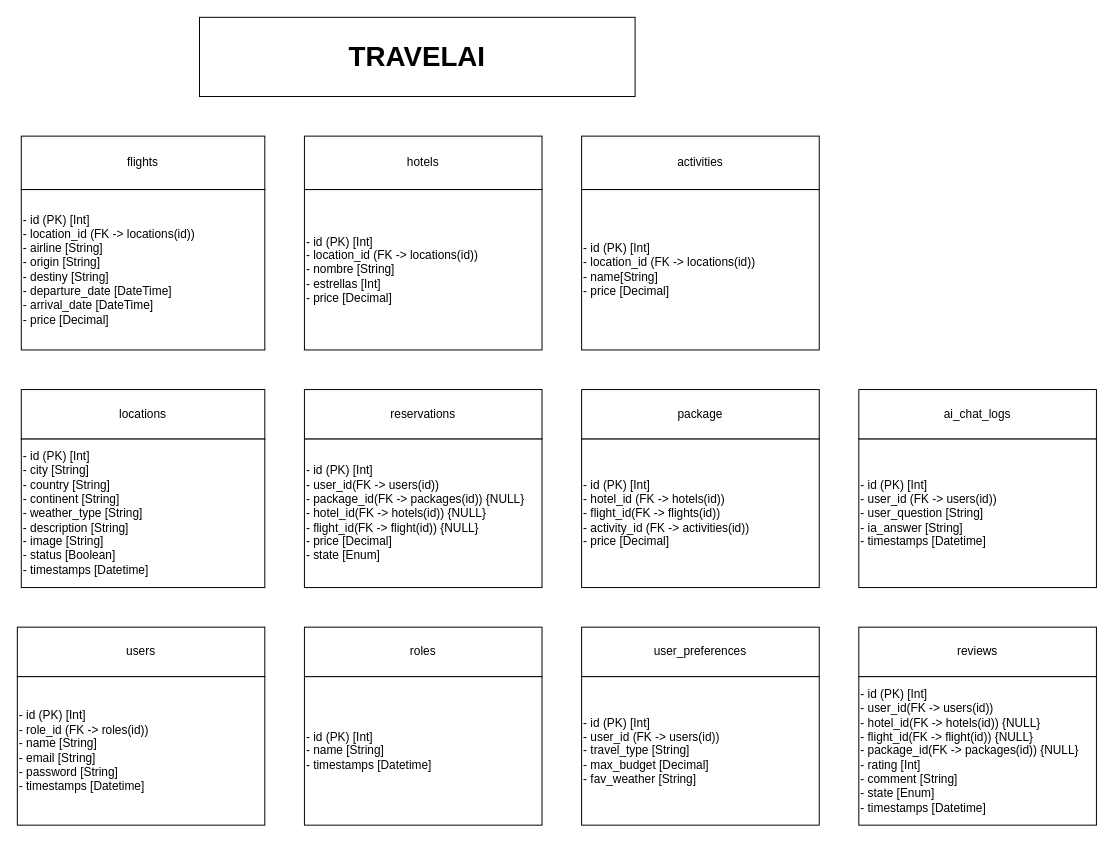
Above: page "Atributos" (1 of 2) of DocumentosExtra/EntidadRelacion/TravelAI.drawio in druiman1608/TravelAI (draw.io), before the change. Source tidied: cells renumbered, new cells numbered last; positions are measured from the earlier drawing's top-left corner, leaving out a move shared by most shapes. Both pictures are drawn from the tidied source at 99%, with x=0, y=0 at pixel (17, 17).
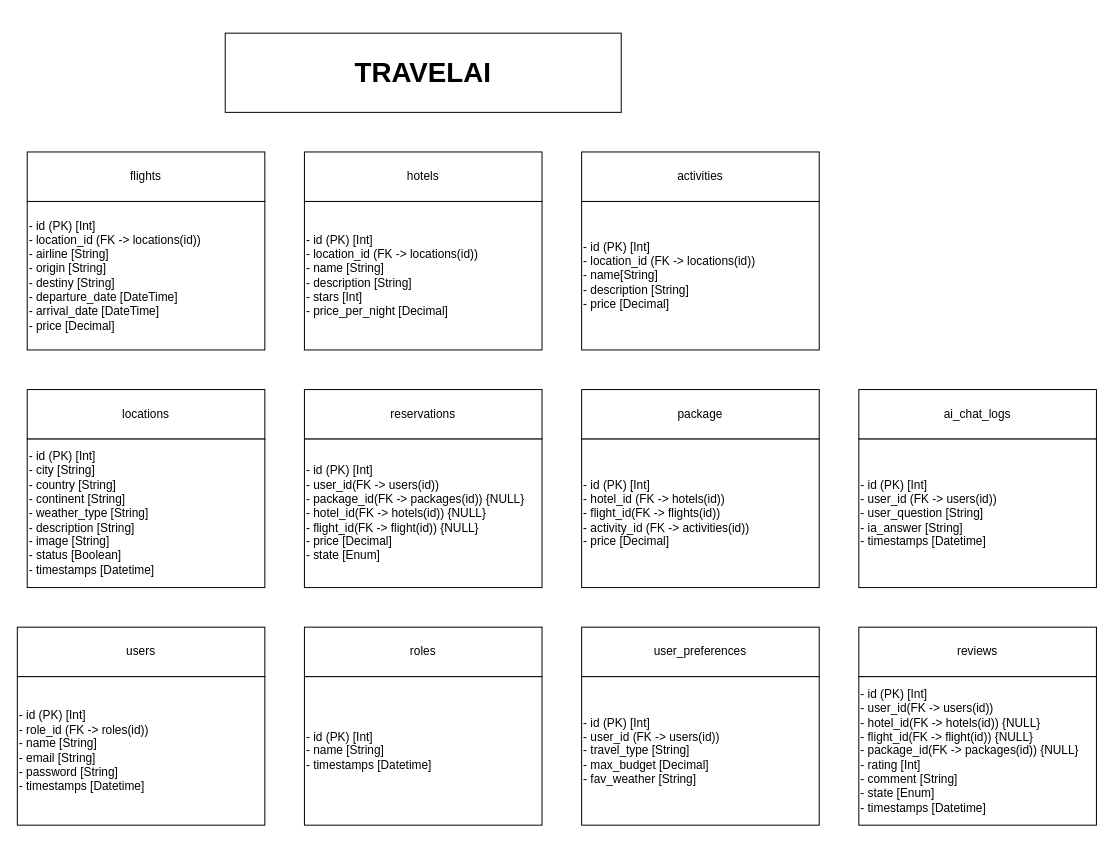
The same page after the edit.

What changed in the source:
```diff
@@
     <mxCell id="2" value="&lt;b&gt;&lt;font style=&quot;font-size: 28px;&quot;&gt;TRAVELAI&lt;/font&gt;&lt;/b&gt;" style="rounded=0;whiteSpace=wrap;html=1;" parent="1" vertex="1">
-      <mxGeometry x="184" width="440" height="80" as="geometry" />
+      <mxGeometry x="210" y="16" width="400" height="80" as="geometry" />
     </mxCell>
@@
     <mxCell id="15" style="group;" parent="1" vertex="1">
-      <mxGeometry x="4" y="376" width="246" height="200" as="geometry" />
+      <mxGeometry x="10" y="376" width="240" height="200" as="geometry" />
     </mxCell>
     <mxCell id="16" value="locations" style="rounded=0;whiteSpace=wrap;html=1;" parent="15" vertex="1">
-      <mxGeometry width="246" height="50" as="geometry" />
+      <mxGeometry width="240" height="50" as="geometry" />
     </mxCell>
     <mxCell id="17" value="- id (PK) [Int]&lt;div&gt;&lt;div&gt;- city [String]&lt;/div&gt;&lt;div&gt;- country&amp;nbsp;&lt;span style=&quot;background-color: transparent; color: light-dark(rgb(0, 0, 0), rgb(255, 255, 255));&quot;&gt;[String]&lt;/span&gt;&lt;/div&gt;&lt;div&gt;&lt;span style=&quot;background-color: transparent; color: light-dark(rgb(0, 0, 0), rgb(255, 255, 255));&quot;&gt;- continent [String]&lt;/span&gt;&lt;/div&gt;&lt;div&gt;- weather_type&amp;nbsp;&lt;span style=&quot;color: light-dark(rgb(0, 0, 0), rgb(255, 255, 255)); background-color: transparent;&quot;&gt;[String]&lt;/span&gt;&lt;/div&gt;&lt;div&gt;- description&amp;nbsp;&lt;span style=&quot;background-color: transparent; color: light-dark(rgb(0, 0, 0), rgb(255, 255, 255));&quot;&gt;[String]&lt;/span&gt;&lt;/div&gt;&lt;/div&gt;&lt;div&gt;&lt;span style=&quot;background-color: transparent; color: light-dark(rgb(0, 0, 0), rgb(255, 255, 255));&quot;&gt;- image [String]&lt;/span&gt;&lt;/div&gt;&lt;div&gt;&lt;span style=&quot;background-color: transparent; color: light-dark(rgb(0, 0, 0), rgb(255, 255, 255));&quot;&gt;- status [Boolean]&lt;/span&gt;&lt;/div&gt;&lt;div&gt;&lt;span style=&quot;background-color: transparent; color: light-dark(rgb(0, 0, 0), rgb(255, 255, 255));&quot;&gt;- timestamps [Datetime]&lt;/span&gt;&lt;/div&gt;" style="rounded=0;whiteSpace=wrap;html=1;align=left;" parent="15" vertex="1">
-      <mxGeometry y="50" width="246" height="150" as="geometry" />
+      <mxGeometry y="50" width="240" height="150" as="geometry" />
     </mxCell>
     <mxCell id="18" style="group;" parent="1" vertex="1">
-      <mxGeometry x="290" y="120" width="240" height="216" as="geometry" />
+      <mxGeometry x="290" y="136" width="240" height="200" as="geometry" />
     </mxCell>
     <mxCell id="19" value="hotels" style="rounded=0;whiteSpace=wrap;html=1;" parent="18" vertex="1">
-      <mxGeometry width="240" height="54" as="geometry" />
+      <mxGeometry width="240" height="50" as="geometry" />
     </mxCell>
-    <mxCell id="20" value="- id (PK) [Int]&lt;div&gt;&lt;div&gt;- location_id&amp;nbsp;&lt;span style=&quot;background-color: transparent; color: light-dark(rgb(0, 0, 0), rgb(255, 255, 255));&quot;&gt;(FK -&amp;gt; locations(id))&lt;/span&gt;&lt;/div&gt;&lt;div&gt;- nombre&amp;nbsp;&lt;span style=&quot;background-color: transparent; color: light-dark(rgb(0, 0, 0), rgb(255, 255, 255));&quot;&gt;[String]&lt;/span&gt;&lt;/div&gt;&lt;div&gt;- estrellas&amp;nbsp;&lt;span style=&quot;background-color: transparent; color: light-dark(rgb(0, 0, 0), rgb(255, 255, 255));&quot;&gt;[Int]&lt;/span&gt;&lt;/div&gt;&lt;/div&gt;&lt;div&gt;&lt;span style=&quot;background-color: transparent; color: light-dark(rgb(0, 0, 0), rgb(255, 255, 255));&quot;&gt;- price [Decimal]&lt;/span&gt;&lt;/div&gt;" style="rounded=0;whiteSpace=wrap;html=1;align=left;" parent="18" vertex="1">
-      <mxGeometry y="54" width="240" height="162" as="geometry" />
+    <mxCell id="20" value="- id (PK) [Int]&lt;div&gt;&lt;div&gt;- location_id&amp;nbsp;&lt;span style=&quot;background-color: transparent; color: light-dark(rgb(0, 0, 0), rgb(255, 255, 255));&quot;&gt;(FK -&amp;gt; locations(id))&lt;/span&gt;&lt;/div&gt;&lt;div&gt;- name&amp;nbsp;&lt;span style=&quot;background-color: transparent; color: light-dark(rgb(0, 0, 0), rgb(255, 255, 255));&quot;&gt;[String]&lt;/span&gt;&lt;/div&gt;&lt;div&gt;- description [String]&lt;span style=&quot;background-color: transparent; color: light-dark(rgb(0, 0, 0), rgb(255, 255, 255));&quot;&gt;&lt;/span&gt;&lt;/div&gt;&lt;div&gt;- stars&amp;nbsp;&lt;span style=&quot;background-color: transparent; color: light-dark(rgb(0, 0, 0), rgb(255, 255, 255));&quot;&gt;[Int]&lt;/span&gt;&lt;/div&gt;&lt;/div&gt;&lt;div&gt;&lt;span style=&quot;background-color: transparent; color: light-dark(rgb(0, 0, 0), rgb(255, 255, 255));&quot;&gt;- price_per_night [Decimal]&lt;/span&gt;&lt;/div&gt;" style="rounded=0;whiteSpace=wrap;html=1;align=left;" parent="18" vertex="1">
+      <mxGeometry y="50" width="240" height="150" as="geometry" />
     </mxCell>
     <mxCell id="21" style="group;" parent="1" vertex="1">
-      <mxGeometry x="4" y="120" width="246" height="216" as="geometry" />
+      <mxGeometry x="10" y="136" width="240" height="200" as="geometry" />
     </mxCell>
     <mxCell id="22" value="flights" style="rounded=0;whiteSpace=wrap;html=1;" parent="21" vertex="1">
-      <mxGeometry width="246" height="54" as="geometry" />
+      <mxGeometry width="240" height="50" as="geometry" />
     </mxCell>
     <mxCell id="23" value="- id (PK) [Int]&lt;div&gt;&lt;div&gt;- location_id&amp;nbsp;&lt;span style=&quot;background-color: transparent; color: light-dark(rgb(0, 0, 0), rgb(255, 255, 255));&quot;&gt;(FK -&amp;gt; locations(id))&lt;/span&gt;&lt;/div&gt;&lt;div&gt;- airline&amp;nbsp;&lt;span style=&quot;background-color: transparent; color: light-dark(rgb(0, 0, 0), rgb(255, 255, 255));&quot;&gt;[String]&lt;/span&gt;&lt;/div&gt;&lt;div&gt;- origin&amp;nbsp;&lt;span style=&quot;background-color: transparent; color: light-dark(rgb(0, 0, 0), rgb(255, 255, 255));&quot;&gt;[String]&lt;/span&gt;&lt;/div&gt;&lt;/div&gt;&lt;div&gt;&lt;span style=&quot;background-color: transparent; color: light-dark(rgb(0, 0, 0), rgb(255, 255, 255));&quot;&gt;- destiny&amp;nbsp;&lt;/span&gt;&lt;span style=&quot;background-color: transparent; color: light-dark(rgb(0, 0, 0), rgb(255, 255, 255));&quot;&gt;[String]&lt;/span&gt;&lt;/div&gt;&lt;div&gt;&lt;span style=&quot;background-color: transparent; color: light-dark(rgb(0, 0, 0), rgb(255, 255, 255));&quot;&gt;- departure_date [DateTime]&lt;/span&gt;&lt;/div&gt;&lt;div&gt;- arrival_date [DateTime]&lt;span style=&quot;background-color: transparent; color: light-dark(rgb(0, 0, 0), rgb(255, 255, 255));&quot;&gt;&lt;/span&gt;&lt;/div&gt;&lt;div&gt;&lt;span style=&quot;background-color: transparent; color: light-dark(rgb(0, 0, 0), rgb(255, 255, 255));&quot;&gt;- price [Decimal]&lt;/span&gt;&lt;/div&gt;" style="rounded=0;whiteSpace=wrap;html=1;align=left;" parent="21" vertex="1">
-      <mxGeometry y="54" width="246" height="162" as="geometry" />
+      <mxGeometry y="50" width="240" height="150" as="geometry" />
     </mxCell>
     <mxCell id="24" style="group;" parent="1" vertex="1">
-      <mxGeometry x="570" y="120" width="240" height="216" as="geometry" />
+      <mxGeometry x="570" y="136" width="240" height="200" as="geometry" />
     </mxCell>
     <mxCell id="25" value="activities" style="rounded=0;whiteSpace=wrap;html=1;" parent="24" vertex="1">
-      <mxGeometry width="240" height="54" as="geometry" />
+      <mxGeometry width="240" height="50" as="geometry" />
     </mxCell>
-    <mxCell id="26" value="- id (PK) [Int]&lt;div&gt;&lt;div&gt;- location_id&amp;nbsp;&lt;span style=&quot;background-color: transparent; color: light-dark(rgb(0, 0, 0), rgb(255, 255, 255));&quot;&gt;(FK -&amp;gt; locations(id))&lt;/span&gt;&lt;/div&gt;&lt;div&gt;- name&lt;span style=&quot;background-color: transparent; color: light-dark(rgb(0, 0, 0), rgb(255, 255, 255));&quot;&gt;[String]&lt;/span&gt;&lt;/div&gt;&lt;/div&gt;&lt;div&gt;&lt;span style=&quot;background-color: transparent; color: light-dark(rgb(0, 0, 0), rgb(255, 255, 255));&quot;&gt;- price [Decimal]&lt;/span&gt;&lt;/div&gt;" style="rounded=0;whiteSpace=wrap;html=1;align=left;" parent="24" vertex="1">
-      <mxGeometry y="54" width="240" height="162" as="geometry" />
+    <mxCell id="26" value="- id (PK) [Int]&lt;div&gt;&lt;div&gt;- location_id&amp;nbsp;&lt;span style=&quot;background-color: transparent; color: light-dark(rgb(0, 0, 0), rgb(255, 255, 255));&quot;&gt;(FK -&amp;gt; locations(id))&lt;/span&gt;&lt;/div&gt;&lt;div&gt;- name&lt;span style=&quot;background-color: transparent; color: light-dark(rgb(0, 0, 0), rgb(255, 255, 255));&quot;&gt;[String]&lt;/span&gt;&lt;/div&gt;&lt;/div&gt;&lt;div&gt;&lt;span style=&quot;background-color: transparent; color: light-dark(rgb(0, 0, 0), rgb(255, 255, 255));&quot;&gt;- description [String]&lt;/span&gt;&lt;/div&gt;&lt;div&gt;&lt;span style=&quot;background-color: transparent; color: light-dark(rgb(0, 0, 0), rgb(255, 255, 255));&quot;&gt;- price [Decimal]&lt;/span&gt;&lt;/div&gt;" style="rounded=0;whiteSpace=wrap;html=1;align=left;" parent="24" vertex="1">
+      <mxGeometry y="50" width="240" height="150" as="geometry" />
     </mxCell>
```
